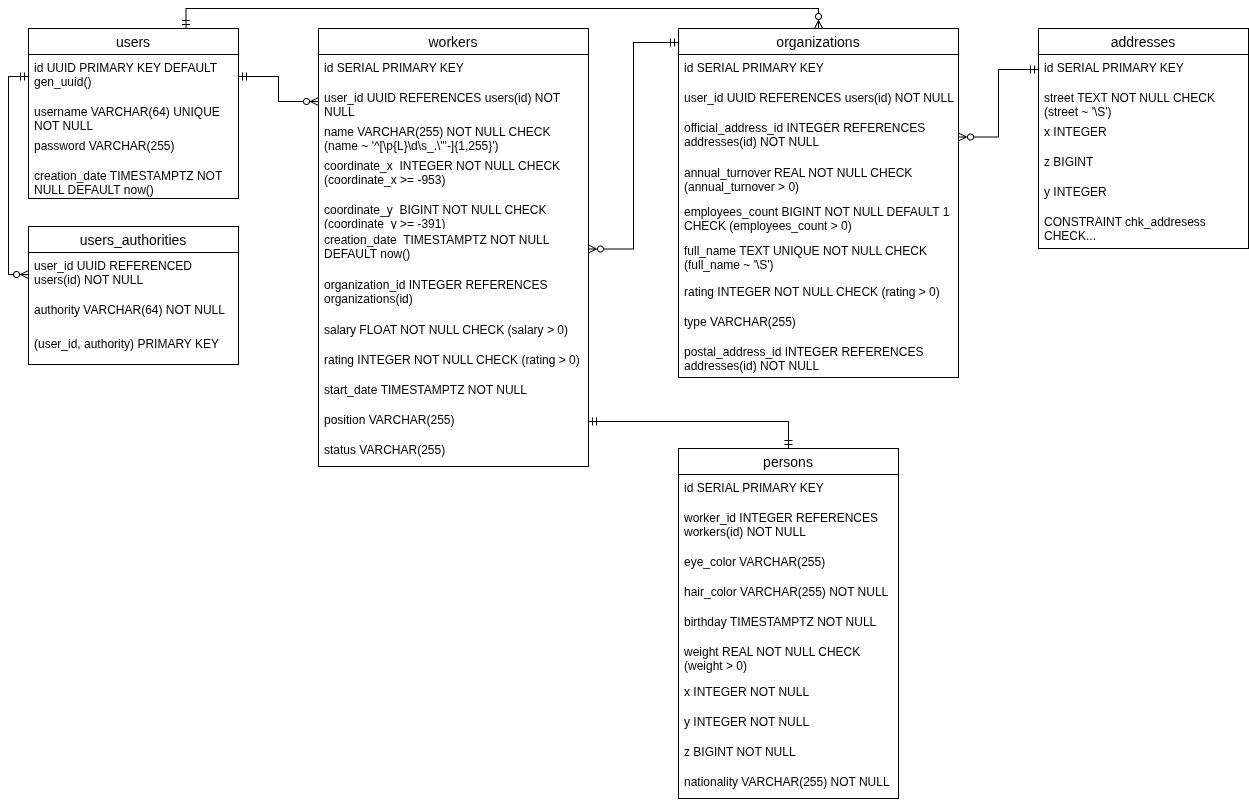
The draw.io diagram docs/diagram.drawio.png in vodobryshkin/is-lab1, before a commit. Source tidied: cells renumbered, new cells last; positions are measured from the earlier drawing's top-left corner, leaving out a move shared by most shapes.
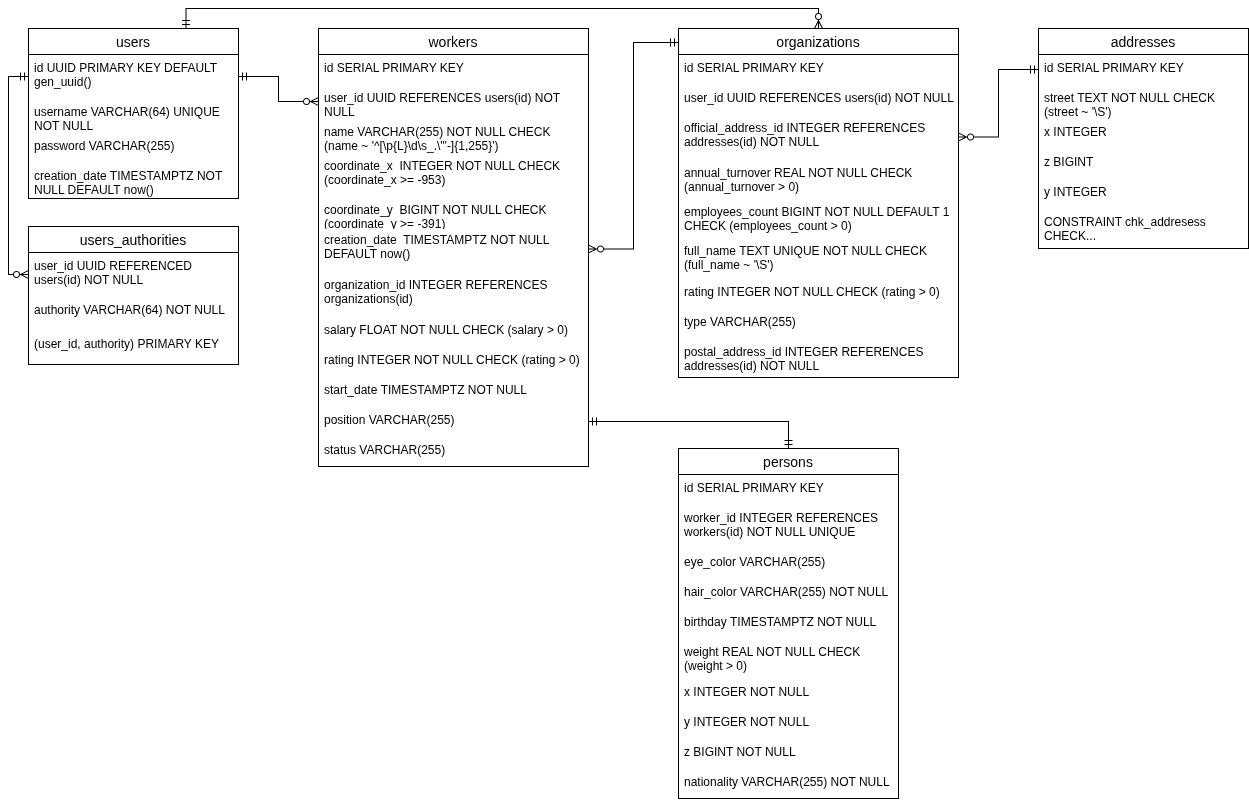
After the commit.

Commit message:
Added an integrity constraint for the uniqueness of the reference to an employee within Persons

Diff of the diagram source:
```diff
@@ -11,7 +11,7 @@
     <mxCell id="4" value="id SERIAL PRIMARY KEY" style="text;strokeColor=none;fillColor=none;spacingLeft=4;spacingRight=4;overflow=hidden;fontSize=12;whiteSpace=wrap;html=1;" parent="3" vertex="1">
       <mxGeometry y="26" width="220" height="30" as="geometry" />
     </mxCell>
-    <mxCell id="5" value="worker_id INTEGER REFERENCES workers(id) NOT NULL" style="text;strokeColor=none;fillColor=none;spacingLeft=4;spacingRight=4;overflow=hidden;fontSize=12;whiteSpace=wrap;html=1;" parent="3" vertex="1">
+    <mxCell id="5" value="worker_id INTEGER REFERENCES workers(id) NOT NULL UNIQUE" style="text;strokeColor=none;fillColor=none;spacingLeft=4;spacingRight=4;overflow=hidden;fontSize=12;whiteSpace=wrap;html=1;" parent="3" vertex="1">
       <mxGeometry y="56" width="220" height="44" as="geometry" />
     </mxCell>
     <mxCell id="6" value="eye_color VARCHAR(255)" style="text;strokeColor=none;fillColor=none;spacingLeft=4;spacingRight=4;overflow=hidden;fontSize=12;whiteSpace=wrap;html=1;" parent="3" vertex="1">
```
